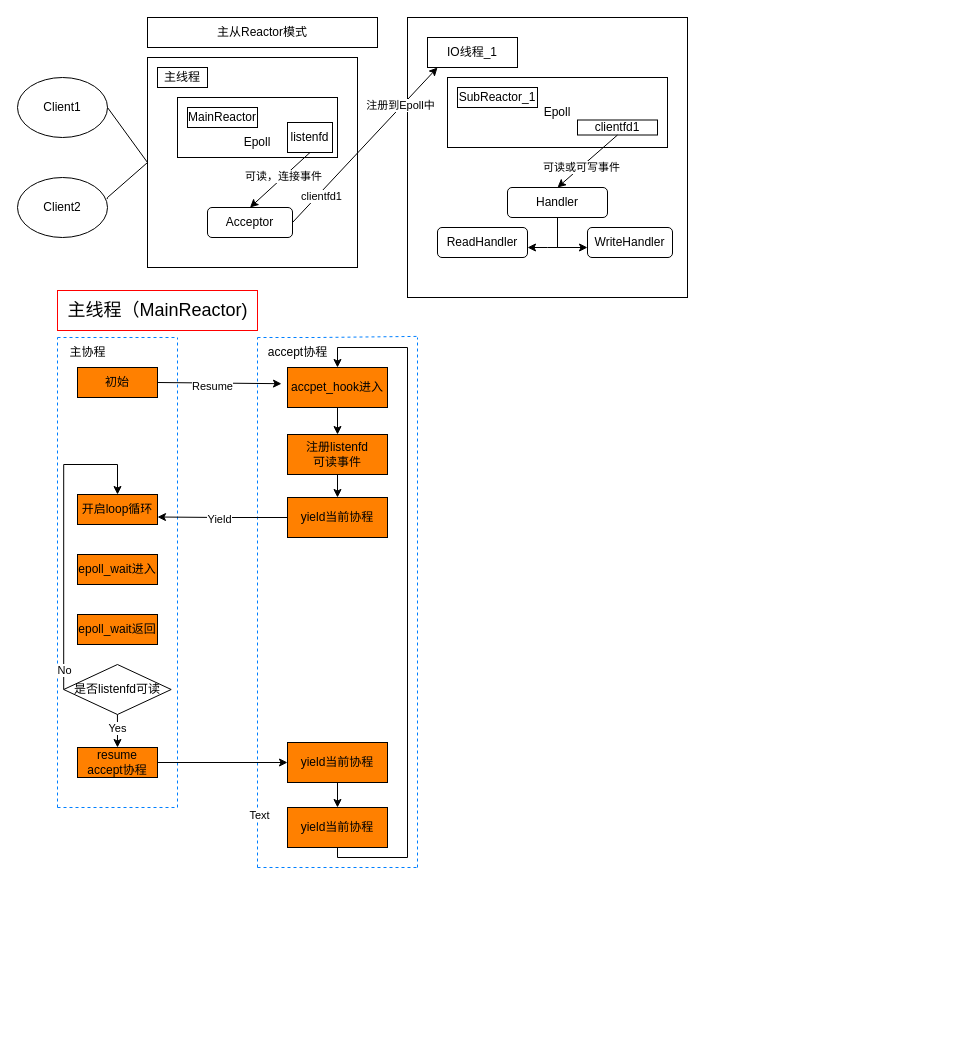
Earlier version of the draw.io diagram 项目运行截图/未命名绘图.drawio (ykangZhang/Face-recognition). Source tidied: cells renumbered, new cells numbered last; positions are measured from the earlier drawing's top-left corner, leaving out a move shared by most shapes. Both pictures are drawn from the tidied source at 100%, with x=0, y=0 at pixel (17, 17).
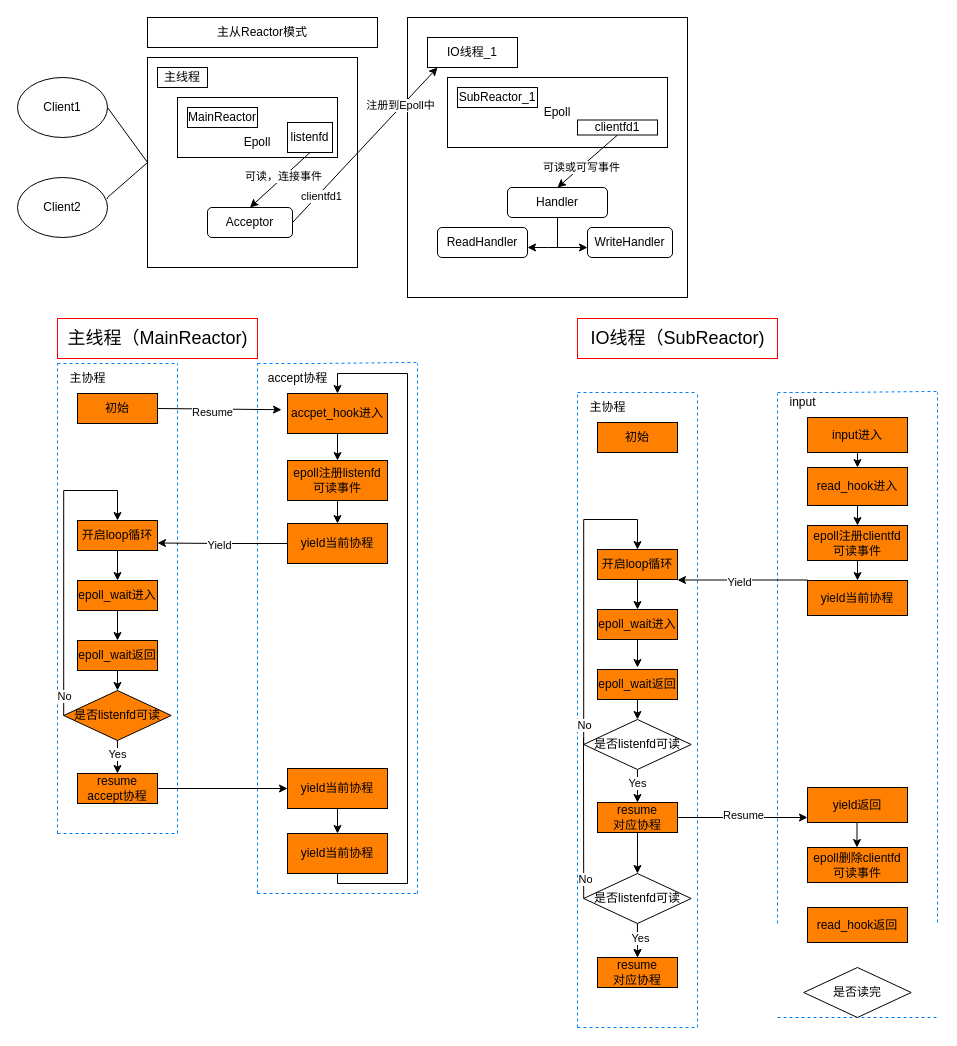
Above is the later version.

Commit message (it also covers changes not shown here):
更新未命名绘图.drawio

Change to the diagram source:
```diff
@@
     <mxCell id="31" style="endArrow=none;dashed=1;html=1;rounded=0;strokeColor=#007FFF;" parent="1" edge="1">
       <mxGeometry relative="1" as="geometry">
-        <mxPoint x="40" y="790" as="sourcePoint" />
-        <mxPoint x="40" y="320" as="targetPoint" />
+        <mxPoint x="40" y="816" as="sourcePoint" />
+        <mxPoint x="40" y="346" as="targetPoint" />
       </mxGeometry>
     </mxCell>
     <mxCell id="32" style="endArrow=none;dashed=1;html=1;rounded=0;strokeColor=#007FFF;" parent="1" edge="1">
       <mxGeometry relative="1" as="geometry">
-        <mxPoint x="40" y="790" as="sourcePoint" />
-        <mxPoint x="160" y="790" as="targetPoint" />
+        <mxPoint x="40" y="816" as="sourcePoint" />
+        <mxPoint x="160" y="816" as="targetPoint" />
       </mxGeometry>
     </mxCell>
     <mxCell id="33" style="endArrow=none;dashed=1;html=1;rounded=0;fillColor=#00FFFF;strokeColor=#007FFF;" parent="1" edge="1">
       <mxGeometry relative="1" as="geometry">
-        <mxPoint x="160" y="790" as="sourcePoint" />
-        <mxPoint x="160" y="320" as="targetPoint" />
+        <mxPoint x="160" y="816" as="sourcePoint" />
+        <mxPoint x="160" y="346" as="targetPoint" />
       </mxGeometry>
     </mxCell>
     <mxCell id="34" style="endArrow=none;dashed=1;html=1;rounded=0;strokeColor=#007FFF;" parent="1" edge="1">
       <mxGeometry relative="1" as="geometry">
-        <mxPoint x="40" y="320" as="sourcePoint" />
-        <mxPoint x="160" y="320" as="targetPoint" />
+        <mxPoint x="40" y="346" as="sourcePoint" />
+        <mxPoint x="160" y="346" as="targetPoint" />
         <Array as="points">
-          <mxPoint x="100" y="320" />
+          <mxPoint x="100" y="346" />
         </Array>
       </mxGeometry>
     </mxCell>
     <mxCell id="35" style="endArrow=none;dashed=1;html=1;rounded=0;strokeColor=#007FFF;" parent="1" edge="1">
       <mxGeometry relative="1" as="geometry">
-        <mxPoint x="240" y="850" as="sourcePoint" />
-        <mxPoint x="240" y="320" as="targetPoint" />
+        <mxPoint x="240" y="876" as="sourcePoint" />
+        <mxPoint x="240" y="346" as="targetPoint" />
       </mxGeometry>
     </mxCell>
-    <mxCell id="36" value="Text" style="edgeLabel;html=1;align=center;verticalAlign=middle;" parent="35" vertex="1">
-      <mxGeometry x="-0.8" y="-1" relative="1" as="geometry" />
-    </mxCell>
     <mxCell id="37" style="endArrow=none;dashed=1;html=1;rounded=0;fillColor=#00FFFF;strokeColor=#007FFF;" parent="1" edge="1">
       <mxGeometry relative="1" as="geometry">
-        <mxPoint x="400" y="850" as="sourcePoint" />
-        <mxPoint x="400" y="320" as="targetPoint" />
+        <mxPoint x="400" y="876" as="sourcePoint" />
+        <mxPoint x="400" y="346" as="targetPoint" />
       </mxGeometry>
     </mxCell>
     <mxCell id="38" style="endArrow=none;dashed=1;html=1;rounded=0;strokeColor=#007FFF;entryX=0.039;entryY=0.996;entryDx=0;entryDy=0;entryPerimeter=0;" parent="1" edge="1">
       <mxGeometry relative="1" as="geometry">
-        <mxPoint x="240" y="320" as="sourcePoint" />
-        <mxPoint x="400.9" y="318.9" as="targetPoint" />
+        <mxPoint x="240" y="346" as="sourcePoint" />
+        <mxPoint x="400.9" y="344.9" as="targetPoint" />
         <Array as="points">
-          <mxPoint x="300" y="320" />
+          <mxPoint x="300" y="346" />
         </Array>
       </mxGeometry>
     </mxCell>
     <mxCell id="39" style="endArrow=none;dashed=1;html=1;rounded=0;strokeColor=#007FFF;" parent="1" edge="1">
       <mxGeometry relative="1" as="geometry">
-        <mxPoint x="240" y="850" as="sourcePoint" />
-        <mxPoint x="400" y="850" as="targetPoint" />
+        <mxPoint x="240" y="876" as="sourcePoint" />
+        <mxPoint x="400" y="876" as="targetPoint" />
       </mxGeometry>
     </mxCell>
     <mxCell id="40" value="主协程" style="text;html=1;align=center;verticalAlign=middle;strokeColor=none;fillColor=none;" parent="1" vertex="1">
-      <mxGeometry x="40" y="320" width="60" height="30" as="geometry" />
+      <mxGeometry x="40" y="346" width="60" height="30" as="geometry" />
     </mxCell>
     <mxCell id="41" value="初始" style="rounded=0;whiteSpace=wrap;html=1;fillColor=#FF8000;" parent="1" vertex="1">
-      <mxGeometry x="60" y="350" width="80" height="30" as="geometry" />
+      <mxGeometry x="60" y="376" width="80" height="30" as="geometry" />
     </mxCell>
@@
     <mxCell id="45" value="accpet_hook进入" style="whiteSpace=wrap;html=1;fillColor=#FF8000;" parent="1" vertex="1">
-      <mxGeometry x="270" y="350" width="100" height="40" as="geometry" />
+      <mxGeometry x="270" y="376" width="100" height="40" as="geometry" />
     </mxCell>
     <mxCell id="46" value="accept协程" style="text;html=1;align=center;verticalAlign=middle;strokeColor=none;fillColor=none;" parent="1" vertex="1">
-      <mxGeometry x="240" y="320" width="80" height="30" as="geometry" />
+      <mxGeometry x="240" y="346" width="80" height="30" as="geometry" />
     </mxCell>
@@
-    <mxCell id="48" value="注册listenfd&lt;br&gt;可读事件" style="whiteSpace=wrap;html=1;fillColor=#FF8000;" parent="1" vertex="1">
-      <mxGeometry x="270" y="417" width="100" height="40" as="geometry" />
+    <mxCell id="48" value="epoll注册listenfd&lt;br&gt;可读事件" style="whiteSpace=wrap;html=1;fillColor=#FF8000;" parent="1" vertex="1">
+      <mxGeometry x="270" y="443" width="100" height="40" as="geometry" />
     </mxCell>
@@
     <mxCell id="51" value="yield当前协程" style="whiteSpace=wrap;html=1;fillColor=#FF8000;" parent="1" vertex="1">
-      <mxGeometry x="270" y="480" width="100" height="40" as="geometry" />
+      <mxGeometry x="270" y="506" width="100" height="40" as="geometry" />
     </mxCell>
     <mxCell id="52" value="开启loop循环" style="rounded=0;whiteSpace=wrap;html=1;fillColor=#FF8000;" parent="1" vertex="1">
-      <mxGeometry x="60" y="477" width="80" height="30" as="geometry" />
+      <mxGeometry x="60" y="503" width="80" height="30" as="geometry" />
     </mxCell>
     <mxCell id="53" value="epoll_wait进入" style="rounded=0;whiteSpace=wrap;html=1;fillColor=#FF8000;" parent="1" vertex="1">
-      <mxGeometry x="60" y="537" width="80" height="30" as="geometry" />
+      <mxGeometry x="60" y="563" width="80" height="30" as="geometry" />
     </mxCell>
     <mxCell id="54" value="epoll_wait返回" style="rounded=0;whiteSpace=wrap;html=1;fillColor=#FF8000;" parent="1" vertex="1">
-      <mxGeometry x="60" y="597" width="80" height="30" as="geometry" />
+      <mxGeometry x="60" y="623" width="80" height="30" as="geometry" />
     </mxCell>
     <mxCell id="55" style="edgeStyle=orthogonalEdgeStyle;rounded=0;jettySize=auto;html=1;exitX=0;exitY=0.5;exitDx=0;exitDy=0;entryX=0.5;entryY=0;entryDx=0;entryDy=0;" parent="1" edge="1" source="59" target="52">
       <mxGeometry relative="1" as="geometry">
         <Array as="points">
-          <mxPoint x="46" y="447" />
-          <mxPoint x="100" y="447" />
+          <mxPoint x="46" y="473" />
+          <mxPoint x="100" y="473" />
         </Array>
       </mxGeometry>
     </mxCell>
@@
-    <mxCell id="59" value="是否listenfd可读" style="rhombus;whiteSpace=wrap;html=1;" parent="1" vertex="1">
-      <mxGeometry x="46.2" y="647" width="107.5" height="50" as="geometry" />
+    <mxCell id="59" value="是否listenfd可读" style="rhombus;whiteSpace=wrap;html=1;fillColor=#FF8000;" parent="1" vertex="1">
+      <mxGeometry x="46.2" y="673" width="107.5" height="50" as="geometry" />
     </mxCell>
@@
     <mxCell id="61" value="resume&lt;br&gt;accept协程" style="rounded=0;whiteSpace=wrap;html=1;fillColor=#FF8000;" parent="1" vertex="1">
-      <mxGeometry x="60" y="730" width="80" height="30" as="geometry" />
+      <mxGeometry x="60" y="756" width="80" height="30" as="geometry" />
     </mxCell>
@@
     <mxCell id="63" value="yield当前协程" style="whiteSpace=wrap;html=1;fillColor=#FF8000;" parent="1" vertex="1">
-      <mxGeometry x="270" y="725" width="100" height="40" as="geometry" />
+      <mxGeometry x="270" y="751" width="100" height="40" as="geometry" />
     </mxCell>
     <mxCell id="64" style="edgeStyle=orthogonalEdgeStyle;rounded=0;jettySize=auto;html=1;exitX=0.5;exitY=1;exitDx=0;exitDy=0;entryX=0.5;entryY=0;entryDx=0;entryDy=0;" parent="1" edge="1" source="65" target="45">
       <mxGeometry relative="1" as="geometry">
         <Array as="points">
-          <mxPoint x="320" y="840" />
-          <mxPoint x="390" y="840" />
-          <mxPoint x="390" y="330" />
-          <mxPoint x="320" y="330" />
+          <mxPoint x="320" y="866" />
+          <mxPoint x="390" y="866" />
+          <mxPoint x="390" y="356" />
+          <mxPoint x="320" y="356" />
         </Array>
       </mxGeometry>
     </mxCell>
     <mxCell id="65" value="yield当前协程" style="whiteSpace=wrap;html=1;fillColor=#FF8000;" parent="1" vertex="1">
-      <mxGeometry x="270" y="790" width="100" height="40" as="geometry" />
+      <mxGeometry x="270" y="816" width="100" height="40" as="geometry" />
     </mxCell>
     <mxCell id="66" value="&lt;font style=&quot;font-size: 18px;&quot;&gt;主线程（MainReactor)&lt;/font&gt;" style="text;html=1;align=center;verticalAlign=middle;strokeColor=#FF0000;fillColor=none;" parent="1" vertex="1">
-      <mxGeometry x="40" y="273" width="200" height="40" as="geometry" />
+      <mxGeometry x="40" y="301" width="200" height="40" as="geometry" />
     </mxCell>
+    <mxCell id="67" style="endArrow=none;dashed=1;html=1;rounded=0;strokeColor=#007FFF;" parent="1" edge="1">
+      <mxGeometry relative="1" as="geometry">
+        <mxPoint x="560" y="1010" as="sourcePoint" />
+        <mxPoint x="560" y="375" as="targetPoint" />
+      </mxGeometry>
+    </mxCell>
+    <mxCell id="68" style="endArrow=none;dashed=1;html=1;rounded=0;strokeColor=#007FFF;" parent="1" edge="1">
+      <mxGeometry relative="1" as="geometry">
+        <mxPoint x="560" y="1010" as="sourcePoint" />
+        <mxPoint x="680" y="1010" as="targetPoint" />
+      </mxGeometry>
+    </mxCell>
+    <mxCell id="69" style="endArrow=none;dashed=1;html=1;rounded=0;fillColor=#00FFFF;strokeColor=#007FFF;" parent="1" edge="1">
+      <mxGeometry relative="1" as="geometry">
+        <mxPoint x="680" y="1010" as="sourcePoint" />
+        <mxPoint x="680" y="375" as="targetPoint" />
+      </mxGeometry>
+    </mxCell>
+    <mxCell id="70" style="endArrow=none;dashed=1;html=1;rounded=0;strokeColor=#007FFF;" parent="1" edge="1">
+      <mxGeometry relative="1" as="geometry">
+        <mxPoint x="560" y="375" as="sourcePoint" />
+        <mxPoint x="680" y="375" as="targetPoint" />
+        <Array as="points">
+          <mxPoint x="620" y="375" />
+        </Array>
+      </mxGeometry>
+    </mxCell>
+    <mxCell id="71" style="endArrow=none;dashed=1;html=1;rounded=0;strokeColor=#007FFF;" parent="1" edge="1">
+      <mxGeometry relative="1" as="geometry">
+        <mxPoint x="760" y="906" as="sourcePoint" />
+        <mxPoint x="760" y="376" as="targetPoint" />
+      </mxGeometry>
+    </mxCell>
+    <mxCell id="72" style="endArrow=none;dashed=1;html=1;rounded=0;fillColor=#00FFFF;strokeColor=#007FFF;" parent="1" edge="1">
+      <mxGeometry relative="1" as="geometry">
+        <mxPoint x="920" y="905" as="sourcePoint" />
+        <mxPoint x="920" y="375" as="targetPoint" />
+      </mxGeometry>
+    </mxCell>
+    <mxCell id="73" style="endArrow=none;dashed=1;html=1;rounded=0;strokeColor=#007FFF;entryX=0.039;entryY=0.996;entryDx=0;entryDy=0;entryPerimeter=0;" parent="1" edge="1">
+      <mxGeometry relative="1" as="geometry">
+        <mxPoint x="760" y="375" as="sourcePoint" />
+        <mxPoint x="920.9" y="373.9" as="targetPoint" />
+        <Array as="points">
+          <mxPoint x="820" y="375" />
+        </Array>
+      </mxGeometry>
+    </mxCell>
+    <mxCell id="74" style="endArrow=none;dashed=1;html=1;rounded=0;strokeColor=#007FFF;" parent="1" edge="1">
+      <mxGeometry relative="1" as="geometry">
+        <mxPoint x="760" y="1000" as="sourcePoint" />
+        <mxPoint x="920" y="1000" as="targetPoint" />
+      </mxGeometry>
+    </mxCell>
+    <mxCell id="75" value="主协程" style="text;html=1;align=center;verticalAlign=middle;strokeColor=none;fillColor=none;" parent="1" vertex="1">
+      <mxGeometry x="560" y="375" width="60" height="30" as="geometry" />
+    </mxCell>
+    <mxCell id="76" value="初始" style="rounded=0;whiteSpace=wrap;html=1;fillColor=#FF8000;" parent="1" vertex="1">
+      <mxGeometry x="580" y="405" width="80" height="30" as="geometry" />
+    </mxCell>
+    <mxCell id="77" value="input进入" style="whiteSpace=wrap;html=1;fillColor=#FF8000;" parent="1" vertex="1">
+      <mxGeometry x="790" y="400" width="100" height="35" as="geometry" />
+    </mxCell>
+    <mxCell id="78" value="input" style="text;html=1;align=center;verticalAlign=middle;strokeColor=none;fillColor=none;" parent="1" vertex="1">
+      <mxGeometry x="760" y="370" width="50" height="30" as="geometry" />
+    </mxCell>
+    <mxCell id="79" style="edgeStyle=orthogonalEdgeStyle;rounded=0;orthogonalLoop=1;jettySize=auto;html=1;entryX=1;entryY=0.75;entryDx=0;entryDy=0;" parent="1" edge="1">
+      <mxGeometry relative="1" as="geometry">
+        <mxPoint x="790" y="562.5" as="sourcePoint" />
+        <mxPoint x="660" y="562.5" as="targetPoint" />
+        <Array as="points">
+          <mxPoint x="725" y="563" />
+        </Array>
+      </mxGeometry>
+    </mxCell>
+    <mxCell id="80" value="Yield" style="edgeLabel;html=1;align=center;verticalAlign=middle;" parent="79" vertex="1">
+      <mxGeometry x="0.08" y="2" relative="1" as="geometry">
+        <mxPoint x="1" as="offset" />
+      </mxGeometry>
+    </mxCell>
+    <mxCell id="81" style="edgeStyle=orthogonalEdgeStyle;rounded=0;jettySize=auto;html=1;exitX=0.5;exitY=1;exitDx=0;exitDy=0;entryX=0.5;entryY=0;entryDx=0;entryDy=0;" parent="1" edge="1" source="82" target="84">
+      <mxGeometry relative="1" as="geometry" />
+    </mxCell>
+    <mxCell id="82" value="开启loop循环" style="rounded=0;whiteSpace=wrap;html=1;fillColor=#FF8000;" parent="1" vertex="1">
+      <mxGeometry x="580" y="532" width="80" height="30" as="geometry" />
+    </mxCell>
+    <mxCell id="83" style="edgeStyle=orthogonalEdgeStyle;rounded=0;jettySize=auto;html=1;exitX=0.5;exitY=1;exitDx=0;exitDy=0;" parent="1" edge="1" source="84">
+      <mxGeometry relative="1" as="geometry">
+        <mxPoint x="620" y="650" as="targetPoint" />
+      </mxGeometry>
+    </mxCell>
+    <mxCell id="84" value="epoll_wait进入" style="rounded=0;whiteSpace=wrap;html=1;fillColor=#FF8000;" parent="1" vertex="1">
+      <mxGeometry x="580" y="592" width="80" height="30" as="geometry" />
+    </mxCell>
+    <mxCell id="85" style="edgeStyle=orthogonalEdgeStyle;rounded=0;jettySize=auto;html=1;exitX=0.5;exitY=1;exitDx=0;exitDy=0;entryX=0.5;entryY=0;entryDx=0;entryDy=0;" parent="1" edge="1" source="86" target="91">
+      <mxGeometry relative="1" as="geometry" />
+    </mxCell>
+    <mxCell id="86" value="epoll_wait返回" style="rounded=0;whiteSpace=wrap;html=1;fillColor=#FF8000;" parent="1" vertex="1">
+      <mxGeometry x="580" y="652" width="80" height="30" as="geometry" />
+    </mxCell>
+    <mxCell id="87" style="edgeStyle=orthogonalEdgeStyle;rounded=0;jettySize=auto;html=1;exitX=0;exitY=0.5;exitDx=0;exitDy=0;entryX=0.5;entryY=0;entryDx=0;entryDy=0;" parent="1" edge="1" source="91" target="82">
+      <mxGeometry relative="1" as="geometry">
+        <Array as="points">
+          <mxPoint x="566" y="502" />
+          <mxPoint x="620" y="502" />
+        </Array>
+      </mxGeometry>
+    </mxCell>
+    <mxCell id="88" value="No" style="edgeLabel;html=1;align=center;verticalAlign=middle;" parent="87" vertex="1">
+      <mxGeometry x="-0.87" relative="1" as="geometry" />
+    </mxCell>
+    <mxCell id="89" style="edgeStyle=orthogonalEdgeStyle;rounded=0;jettySize=auto;html=1;exitX=0.5;exitY=1;exitDx=0;exitDy=0;entryX=0.5;entryY=0;entryDx=0;entryDy=0;" parent="1" edge="1" source="91" target="95">
+      <mxGeometry relative="1" as="geometry" />
+    </mxCell>
+    <mxCell id="90" value="Yes" style="edgeLabel;html=1;align=center;verticalAlign=middle;" parent="89" vertex="1">
+      <mxGeometry x="-0.15" relative="1" as="geometry" />
+    </mxCell>
+    <mxCell id="91" value="是否listenfd可读" style="rhombus;whiteSpace=wrap;html=1;" parent="1" vertex="1">
+      <mxGeometry x="566.2" y="702" width="107.5" height="50" as="geometry" />
+    </mxCell>
+    <mxCell id="92" style="edgeStyle=orthogonalEdgeStyle;rounded=0;jettySize=auto;html=1;exitX=1;exitY=0.5;exitDx=0;exitDy=0;entryX=0;entryY=0.5;entryDx=0;entryDy=0;" parent="1" edge="1" source="95">
+      <mxGeometry relative="1" as="geometry">
+        <mxPoint x="790" y="800" as="targetPoint" />
+      </mxGeometry>
+    </mxCell>
+    <mxCell id="93" value="Resume" style="edgeLabel;html=1;align=center;verticalAlign=middle;" parent="92" vertex="1">
+      <mxGeometry x="0.01" y="3" relative="1" as="geometry" />
+    </mxCell>
+    <mxCell id="94" style="edgeStyle=orthogonalEdgeStyle;rounded=0;jettySize=auto;html=1;exitX=0.5;exitY=1;exitDx=0;exitDy=0;entryX=0.5;entryY=0;entryDx=0;entryDy=0;" parent="1" edge="1" source="95" target="99">
+      <mxGeometry relative="1" as="geometry" />
+    </mxCell>
+    <mxCell id="95" value="resume&lt;br&gt;对应协程" style="rounded=0;whiteSpace=wrap;html=1;fillColor=#FF8000;" parent="1" vertex="1">
+      <mxGeometry x="580" y="785" width="80" height="30" as="geometry" />
+    </mxCell>
+    <mxCell id="96" style="edgeStyle=orthogonalEdgeStyle;rounded=0;orthogonalLoop=1;jettySize=auto;html=1;exitX=0.5;exitY=1;exitDx=0;exitDy=0;entryX=0.5;entryY=0;entryDx=0;entryDy=0;" parent="1" edge="1">
+      <mxGeometry relative="1" as="geometry">
+        <mxPoint x="839.5" y="805" as="sourcePoint" />
+        <mxPoint x="839.5" y="830" as="targetPoint" />
+      </mxGeometry>
+    </mxCell>
+    <mxCell id="97" value="&lt;font style=&quot;font-size: 18px;&quot;&gt;IO线程（SubReactor)&lt;/font&gt;" style="text;html=1;align=center;verticalAlign=middle;strokeColor=#FF0000;fillColor=none;" parent="1" vertex="1">
+      <mxGeometry x="560" y="301" width="200" height="40" as="geometry" />
+    </mxCell>
+    <mxCell id="98" style="edgeStyle=orthogonalEdgeStyle;rounded=0;jettySize=auto;html=1;" parent="1" edge="1" source="99" target="102">
+      <mxGeometry relative="1" as="geometry" />
+    </mxCell>
+    <mxCell id="99" value="是否listenfd可读" style="rhombus;whiteSpace=wrap;html=1;" parent="1" vertex="1">
+      <mxGeometry x="566.2" y="856" width="107.5" height="50" as="geometry" />
+    </mxCell>
+    <mxCell id="100" style="endArrow=none;html=1;rounded=0;exitX=0;exitY=0.5;exitDx=0;exitDy=0;" parent="1" edge="1" source="99">
+      <mxGeometry relative="1" as="geometry">
+        <mxPoint x="566" y="720" as="targetPoint" />
+      </mxGeometry>
+    </mxCell>
+    <mxCell id="101" value="No" style="edgeLabel;html=1;align=center;verticalAlign=middle;" parent="100" vertex="1">
+      <mxGeometry x="-0.76" y="-1" relative="1" as="geometry" />
+    </mxCell>
+    <mxCell id="102" value="resume&lt;br&gt;对应协程" style="rounded=0;whiteSpace=wrap;html=1;fillColor=#FF8000;" parent="1" vertex="1">
+      <mxGeometry x="580" y="940" width="80" height="30" as="geometry" />
+    </mxCell>
+    <mxCell id="103" style="endArrow=classic;html=1;rounded=0;exitX=0.5;exitY=1;exitDx=0;exitDy=0;entryX=0.5;entryY=0;entryDx=0;entryDy=0;" parent="1" edge="1" source="99" target="102">
+      <mxGeometry relative="1" as="geometry" />
+    </mxCell>
+    <mxCell id="104" value="Yes" style="edgeLabel;html=1;align=center;verticalAlign=middle;" parent="103" vertex="1">
+      <mxGeometry x="-0.14" y="3" relative="1" as="geometry" />
+    </mxCell>
+    <mxCell id="105" value="read_hook进入" style="whiteSpace=wrap;html=1;fillColor=#FF8000;" parent="1" vertex="1">
+      <mxGeometry x="790" y="450" width="100" height="38" as="geometry" />
+    </mxCell>
+    <mxCell id="106" value="epoll注册clientfd&lt;br&gt;可读事件" style="whiteSpace=wrap;html=1;fillColor=#FF8000;" parent="1" vertex="1">
+      <mxGeometry x="790" y="508" width="100" height="35" as="geometry" />
+    </mxCell>
+    <mxCell id="107" value="yield当前协程" style="whiteSpace=wrap;html=1;fillColor=#FF8000;" parent="1" vertex="1">
+      <mxGeometry x="790" y="563" width="100" height="35" as="geometry" />
+    </mxCell>
+    <mxCell id="108" style="endArrow=classic;html=1;rounded=0;exitX=0.5;exitY=1;exitDx=0;exitDy=0;entryX=0.5;entryY=0;entryDx=0;entryDy=0;" parent="1" edge="1" source="77" target="105">
+      <mxGeometry relative="1" as="geometry" />
+    </mxCell>
+    <mxCell id="109" style="endArrow=classic;html=1;rounded=0;exitX=0.5;exitY=1;exitDx=0;exitDy=0;entryX=0.5;entryY=0;entryDx=0;entryDy=0;" parent="1" edge="1" source="106" target="107">
+      <mxGeometry relative="1" as="geometry" />
+    </mxCell>
+    <mxCell id="110" style="endArrow=classic;html=1;rounded=0;exitX=0.5;exitY=1;exitDx=0;exitDy=0;entryX=0.5;entryY=0;entryDx=0;entryDy=0;" parent="1" edge="1" source="105" target="106">
+      <mxGeometry relative="1" as="geometry" />
+    </mxCell>
+    <mxCell id="111" value="yield返回" style="whiteSpace=wrap;html=1;fillColor=#FF8000;" parent="1" vertex="1">
+      <mxGeometry x="790" y="770" width="100" height="35" as="geometry" />
+    </mxCell>
+    <mxCell id="112" value="epoll删除clientfd&lt;br&gt;可读事件" style="whiteSpace=wrap;html=1;fillColor=#FF8000;" parent="1" vertex="1">
+      <mxGeometry x="790" y="830" width="100" height="35" as="geometry" />
+    </mxCell>
+    <mxCell id="113" value="read_hook返回" style="whiteSpace=wrap;html=1;fillColor=#FF8000;" parent="1" vertex="1">
+      <mxGeometry x="790" y="890" width="100" height="35" as="geometry" />
+    </mxCell>
+    <mxCell id="114" value="是否读完" style="rhombus;whiteSpace=wrap;html=1;" parent="1" vertex="1">
+      <mxGeometry x="786.2" y="950" width="107.5" height="50" as="geometry" />
+    </mxCell>
+    <mxCell id="115" style="endArrow=classic;html=1;rounded=0;exitX=0.5;exitY=1;exitDx=0;exitDy=0;" parent="1" edge="1" source="53" target="54">
+      <mxGeometry relative="1" as="geometry" />
+    </mxCell>
+    <mxCell id="116" style="endArrow=classic;html=1;rounded=0;exitX=0.5;exitY=1;exitDx=0;exitDy=0;entryX=0.5;entryY=0;entryDx=0;entryDy=0;" parent="1" edge="1" source="52" target="53">
+      <mxGeometry relative="1" as="geometry" />
+    </mxCell>
+    <mxCell id="117" style="endArrow=classic;html=1;rounded=0;exitX=0.5;exitY=1;exitDx=0;exitDy=0;entryX=0.5;entryY=0;entryDx=0;entryDy=0;" parent="1" edge="1" source="54" target="59">
+      <mxGeometry relative="1" as="geometry" />
+    </mxCell>
```
